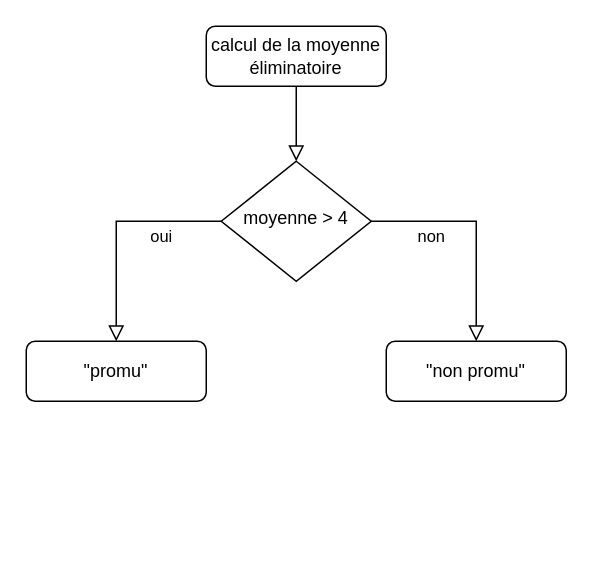
Before: flux1.drawio in pernetch/PHBern, a draw.io diagram. Source tidied: cells renumbered, new cells numbered last; positions are measured from the earlier drawing's top-left corner, leaving out a move shared by most shapes. Both pictures are drawn from the tidied source at 150%, with x=0, y=0 at pixel (26, 26).
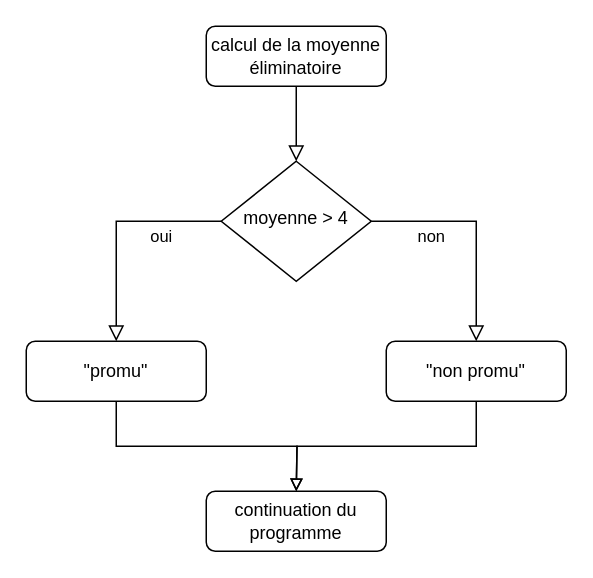
The same diagram, later.

Commit message (it also covers changes not shown here):
Mettre à jour flux1.drawio

The edit, as a diff of the source:
```diff
@@
 <mxGraphModel>
   <root>
     <mxCell id="0" />
     <mxCell id="1" parent="0" />
     <mxCell id="2" style="rounded=0;html=1;jettySize=auto;fontSize=11;endArrow=block;endFill=0;endSize=8;strokeWidth=1;shadow=0;labelBackgroundColor=none;edgeStyle=orthogonalEdgeStyle;" parent="1" edge="1" source="3" target="6">
       <mxGeometry relative="1" as="geometry" />
     </mxCell>
     <mxCell id="3" value="calcul de la moyenne éliminatoire" style="rounded=1;whiteSpace=wrap;html=1;fontSize=12;glass=0;strokeWidth=1;shadow=0;" parent="1" vertex="1">
       <mxGeometry x="120" width="120" height="40" as="geometry" />
     </mxCell>
     <mxCell id="4" value="oui" style="rounded=0;html=1;jettySize=auto;fontSize=11;endArrow=block;endFill=0;endSize=8;strokeWidth=1;shadow=0;labelBackgroundColor=none;edgeStyle=orthogonalEdgeStyle;entryX=0.5;entryY=0;entryDx=0;entryDy=0;exitX=0;exitY=0.5;exitDx=0;exitDy=0;" parent="1" edge="1" source="6" target="8">
       <mxGeometry x="-0.47" y="10" relative="1" as="geometry" />
     </mxCell>
     <mxCell id="5" value="non" style="edgeStyle=orthogonalEdgeStyle;rounded=0;html=1;jettySize=auto;fontSize=11;endArrow=block;endFill=0;endSize=8;strokeWidth=1;shadow=0;labelBackgroundColor=none;" parent="1" edge="1" source="6" target="7">
       <mxGeometry x="-0.47" y="-10" relative="1" as="geometry" />
     </mxCell>
     <mxCell id="6" value="moyenne &amp;gt; 4" style="rhombus;whiteSpace=wrap;html=1;shadow=0;fontFamily=Helvetica;fontSize=12;align=center;strokeWidth=1;spacing=6;spacingTop=-4;" parent="1" vertex="1">
       <mxGeometry x="130" y="90" width="100" height="80" as="geometry" />
     </mxCell>
+    <mxCell id="9" style="edgeStyle=orthogonalEdgeStyle;rounded=0;jettySize=auto;html=1;exitX=0.5;exitY=1;exitDx=0;exitDy=0;endArrow=block;endFill=0;" parent="1" edge="1" source="7">
+      <mxGeometry relative="1" as="geometry">
+        <mxPoint x="180" y="310" as="targetPoint" />
+      </mxGeometry>
+    </mxCell>
     <mxCell id="7" value="&quot;non promu&quot;" style="rounded=1;whiteSpace=wrap;html=1;fontSize=12;glass=0;strokeWidth=1;shadow=0;" parent="1" vertex="1">
       <mxGeometry x="240" y="210" width="120" height="40" as="geometry" />
     </mxCell>
+    <mxCell id="10" style="edgeStyle=orthogonalEdgeStyle;rounded=0;jettySize=auto;html=1;exitX=0.5;exitY=1;exitDx=0;exitDy=0;endArrow=block;endFill=0;" parent="1" edge="1" source="8">
+      <mxGeometry relative="1" as="geometry">
+        <mxPoint x="180" y="310" as="targetPoint" />
+      </mxGeometry>
+    </mxCell>
     <mxCell id="8" value="&quot;promu&quot;" style="rounded=1;whiteSpace=wrap;html=1;fontSize=12;glass=0;strokeWidth=1;shadow=0;" parent="1" vertex="1">
       <mxGeometry y="210" width="120" height="40" as="geometry" />
     </mxCell>
+    <mxCell id="11" value="continuation du programme" style="rounded=1;whiteSpace=wrap;html=1;fontSize=12;glass=0;strokeWidth=1;shadow=0;" parent="1" vertex="1">
+      <mxGeometry x="120" y="310" width="120" height="40" as="geometry" />
+    </mxCell>
   </root>
 </mxGraphModel>
```
